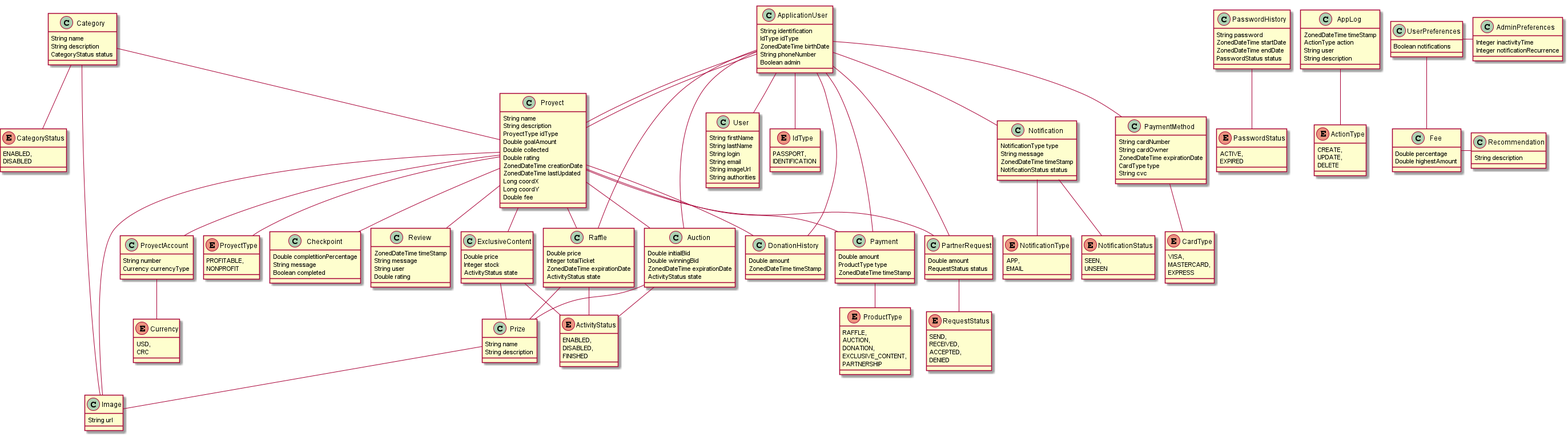
Above: create-ent.png in LogicalGrowth/Master (PlantUML), before the change. The source it was exported from:
```plantuml
@startuml
	!pragma graphviz_dot jdot
	!pragma syntax class
	enum IdType {
		PASSPORT,
		IDENTIFICATION
	}
	enum ActivityStatus {
		ENABLED,
		DISABLED,
		FINISHED
	}
	enum CardType {
		VISA,
		MASTERCARD,
		EXPRESS
	}
	enum CategoryStatus {
		ENABLED,
		DISABLED
	}
	enum PasswordStatus {
		ACTIVE,
		EXPIRED
	}
	enum Currency {
		USD,
		CRC
	}
	enum ProyectType {
		PROFITABLE,
		NONPROFIT
	}
	enum NotificationType {
		APP,
		EMAIL
	}
	enum NotificationStatus {
		SEEN,
		UNSEEN
	}
	enum RequestStatus {
		SEND,
		RECEIVED,
		ACCEPTED,
		DENIED
	}
	enum ProductType {
		RAFFLE,
		AUCTION,
		DONATION,
		EXCLUSIVE_CONTENT,
		PARTNERSHIP
	}
	enum ActionType {
		CREATE,
		UPDATE,
		DELETE
	}
	class Image  {
		String url
	}
	class ApplicationUser  {
		String identification
		IdType idType
		ZonedDateTime birthDate
		String phoneNumber
		Boolean admin
	}
	ApplicationUser ..> IdType
	class PaymentMethod  {
		String cardNumber
		String cardOwner
		ZonedDateTime expirationDate
		CardType type
		String cvc
	}
	PaymentMethod ..> CardType
	class Proyect  {
		String name
		String description
		ProyectType idType
		Double goalAmount
		Double collected
		Double rating
		ZonedDateTime creationDate
		ZonedDateTime lastUpdated
		Long coordX
		Long coordY
		Double fee
	}
	Proyect ..> ProyectType
	class ProyectAccount  {
		String number
		Currency currencyType
	}
	ProyectAccount ..> Currency
	class Category  {
		String name
		String description
		CategoryStatus status
	}
	Category ..> CategoryStatus
	class Checkpoint  {
		Double completitionPercentage
		String message
		Boolean completed
	}
	class Review  {
		ZonedDateTime timeStamp
		String message
		String user
		Double rating
	}
	class DonationHistory  {
		Double amount
		ZonedDateTime timeStamp
	}
	class Auction  {
		Double initialBid
		Double winningBid
		ZonedDateTime expirationDate
		ActivityStatus state
	}
	Auction ..> ActivityStatus
	class Raffle  {
		Double price
		Integer totalTicket
		ZonedDateTime expirationDate
		ActivityStatus state
	}
	Raffle ..> ActivityStatus
	class ExclusiveContent  {
		Double price
		Integer stock
		ActivityStatus state
	}
	ExclusiveContent ..> ActivityStatus
	class Prize  {
		String name
		String description
	}
	class PartnerRequest  {
		Double amount
		RequestStatus status
	}
	PartnerRequest ..> RequestStatus
	class Notification  {
		NotificationType type
		String message
		ZonedDateTime timeStamp
		NotificationStatus status
	}
	Notification ..> NotificationType
	Notification ..> NotificationStatus
	class Payment  {
		Double amount
		ProductType type
		ZonedDateTime timeStamp
	}
	Payment ..> ProductType
	class UserPreferences  {
		Boolean notifications
	}
	class AdminPreferences  {
		Integer inactivityTime
		Integer notificationRecurrence
	}
	class Fee  {
		Double percentage
		Double highestAmount
	}
	class AppLog  {
		ZonedDateTime timeStamp
		ActionType action
		String user
		String description
	}
	AppLog ..> ActionType
	class Recommendation  {
		String description
	}
	class PasswordHistory  {
		String password
		ZonedDateTime startDate
		ZonedDateTime endDate
		PasswordStatus status
	}
	PasswordHistory ..> PasswordStatus
	ApplicationUser  "internalUser 0..1 " -- "0..1 "  User
	ApplicationUser  "paymentMethod 0..1 " --o "owner 0..* "  PaymentMethod
	ApplicationUser  "proyect 0..1 " --o "owner 0..* "  Proyect
	ApplicationUser  "donation 0..1 " --o "0..* "  DonationHistory
	ApplicationUser  "notification 0..1 " --o "0..* "  Notification
	ApplicationUser  "payment 0..1 " --o "0..* "  Payment
	ApplicationUser  "favorite 0..1 " --o "0..* "  Proyect
	Proyect  "image 0..1 " --o "0..* "  Image
	Proyect  "donation 0..1 " --o "0..* "  DonationHistory
	Proyect  "checkpoint 0..1 " --o "0..* "  Checkpoint
	Proyect  "review 0..1 " --o "0..* "  Review
	Proyect  "partner 0..1 " --o "0..* "  PartnerRequest
	Proyect  "raffle 0..1 " --o "0..* "  Raffle
	Proyect  "auction 0..1 " --o "0..* "  Auction
	Proyect  "exclusiveContent 0..1 " --o "0..* "  ExclusiveContent
	Proyect  "payment 0..1 " --o "0..* "  Payment
	Proyect  "account 0..1 " -- "0..1 "  ProyectAccount
	Category  "proyect 0..1 " --o "0..* "  Proyect
	Category  "image 0..1 " -- "0..1 "  Image
	Prize  "image 0..1 " --o "0..* "  Image
	Auction  "prize 0..1 " -- "0..1 "  Prize
	Auction  "winner 0..1 " -- "0..1 "  ApplicationUser
	Raffle  "prize 0..1 " -- "0..1 "  Prize
	Raffle  "buyer 0..* " o-- "0..1 "  ApplicationUser
	ExclusiveContent  "prize 0..1 " -- "0..1 "  Prize
	PartnerRequest  "applicant 0..1 " -- "0..1 "  ApplicationUser
	class User  {
		String firstName
		String lastName
		String login
		String email
		String imageUrl
		String authorities
	}
@enduml
```
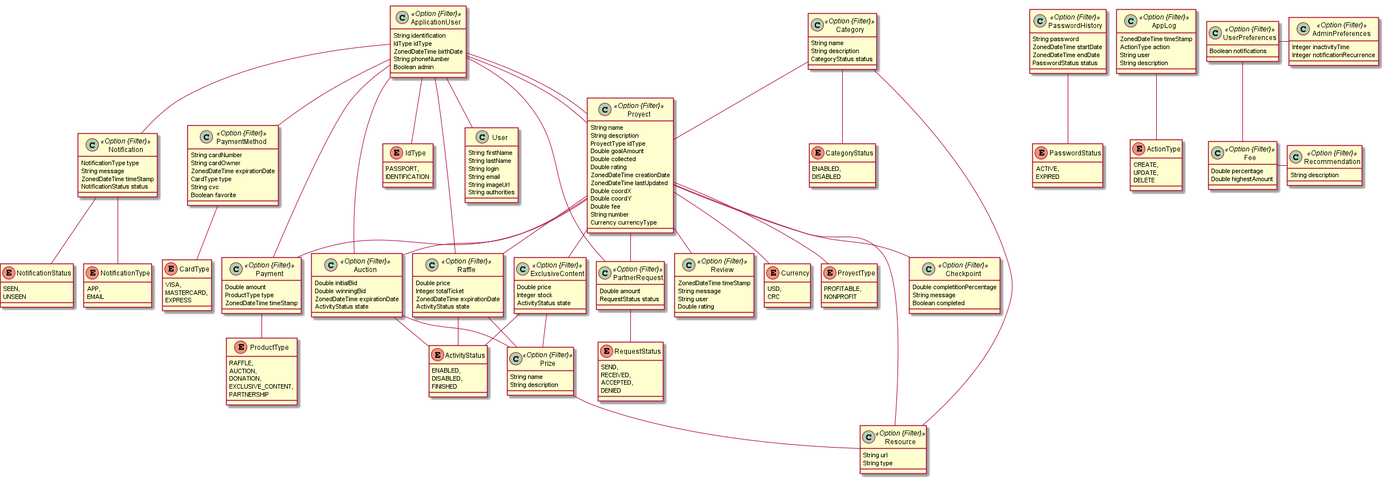
The same diagram one commit later.

Diff of the diagram source:
```diff
@@ -57,10 +57,11 @@
 		UPDATE,
 		DELETE
 	}
-	class Image  {
+	class Resource <<Option {Filter}>> {
 		String url
+		String type
 	}
-	class ApplicationUser  {
+	class ApplicationUser <<Option {Filter}>> {
 		String identification
 		IdType idType
 		ZonedDateTime birthDate
@@ -68,15 +69,16 @@
 		Boolean admin
 	}
 	ApplicationUser ..> IdType
-	class PaymentMethod  {
+	class PaymentMethod <<Option {Filter}>> {
 		String cardNumber
 		String cardOwner
 		ZonedDateTime expirationDate
 		CardType type
 		String cvc
+		Boolean favorite
 	}
 	PaymentMethod ..> CardType
-	class Proyect  {
+	class Proyect <<Option {Filter}>> {
 		String name
 		String description
 		ProyectType idType
@@ -85,67 +87,61 @@
 		Double rating
 		ZonedDateTime creationDate
 		ZonedDateTime lastUpdated
-		Long coordX
-		Long coordY
+		Double coordX
+		Double coordY
 		Double fee
-	}
-	Proyect ..> ProyectType
-	class ProyectAccount  {
 		String number
 		Currency currencyType
 	}
-	ProyectAccount ..> Currency
-	class Category  {
+	Proyect ..> ProyectType
+	Proyect ..> Currency
+	class Category <<Option {Filter}>> {
 		String name
 		String description
 		CategoryStatus status
 	}
 	Category ..> CategoryStatus
-	class Checkpoint  {
+	class Checkpoint <<Option {Filter}>> {
 		Double completitionPercentage
 		String message
 		Boolean completed
 	}
-	class Review  {
+	class Review <<Option {Filter}>> {
 		ZonedDateTime timeStamp
 		String message
 		String user
 		Double rating
 	}
-	class DonationHistory  {
-		Double amount
-		ZonedDateTime timeStamp
-	}
-	class Auction  {
+	class Auction <<Option {Filter}>> {
 		Double initialBid
 		Double winningBid
 		ZonedDateTime expirationDate
 		ActivityStatus state
 	}
 	Auction ..> ActivityStatus
-	class Raffle  {
+	class Raffle <<Option {Filter}>> {
 		Double price
 		Integer totalTicket
 		ZonedDateTime expirationDate
 		ActivityStatus state
 	}
 	Raffle ..> ActivityStatus
-	class ExclusiveContent  {
+	class ExclusiveContent <<Option {Filter}>> {
 		Double price
 		Integer stock
 		ActivityStatus state
 	}
 	ExclusiveContent ..> ActivityStatus
-	class Prize  {
+	class Prize <<Option {Filter}>> {
 		String name
 		String description
 	}
-	class PartnerRequest  {
+	class PartnerRequest <<Option {Filter}>> {
 		Double amount
 		RequestStatus status
 	}
 	PartnerRequest ..> RequestStatus
-	class Notification  {
+	class Notification <<Option {Filter}>> {
 		NotificationType type
 		String message
 		ZonedDateTime timeStamp
@@ -153,34 +149,34 @@
 	}
 	Notification ..> NotificationType
 	Notification ..> NotificationStatus
-	class Payment  {
+	class Payment <<Option {Filter}>> {
 		Double amount
 		ProductType type
 		ZonedDateTime timeStamp
 	}
 	Payment ..> ProductType
-	class UserPreferences  {
+	class UserPreferences <<Option {Filter}>> {
 		Boolean notifications
 	}
-	class AdminPreferences  {
+	class AdminPreferences <<Option {Filter}>> {
 		Integer inactivityTime
 		Integer notificationRecurrence
 	}
-	class Fee  {
+	class Fee <<Option {Filter}>> {
 		Double percentage
 		Double highestAmount
 	}
-	class AppLog  {
+	class AppLog <<Option {Filter}>> {
 		ZonedDateTime timeStamp
 		ActionType action
 		String user
 		String description
 	}
 	AppLog ..> ActionType
-	class Recommendation  {
+	class Recommendation <<Option {Filter}>> {
 		String description
 	}
-	class PasswordHistory  {
+	class PasswordHistory <<Option {Filter}>> {
 		String password
 		ZonedDateTime startDate
 		ZonedDateTime endDate
@@ -190,12 +186,10 @@
 	ApplicationUser  "internalUser 0..1 " -- "0..1 "  User
 	ApplicationUser  "paymentMethod 0..1 " --o "owner 0..* "  PaymentMethod
 	ApplicationUser  "proyect 0..1 " --o "owner 0..* "  Proyect
-	ApplicationUser  "donation 0..1 " --o "0..* "  DonationHistory
 	ApplicationUser  "notification 0..1 " --o "0..* "  Notification
 	ApplicationUser  "payment 0..1 " --o "0..* "  Payment
 	ApplicationUser  "favorite 0..1 " --o "0..* "  Proyect
-	Proyect  "image 0..1 " --o "0..* "  Image
-	Proyect  "donation 0..1 " --o "0..* "  DonationHistory
+	Proyect  "image 0..1 " --o "0..* "  Resource
 	Proyect  "checkpoint 0..1 " --o "0..* "  Checkpoint
 	Proyect  "review 0..1 " --o "0..* "  Review
 	Proyect  "partner 0..1 " --o "0..* "  PartnerRequest
@@ -203,10 +197,9 @@
 	Proyect  "auction 0..1 " --o "0..* "  Auction
 	Proyect  "exclusiveContent 0..1 " --o "0..* "  ExclusiveContent
 	Proyect  "payment 0..1 " --o "0..* "  Payment
-	Proyect  "account 0..1 " -- "0..1 "  ProyectAccount
 	Category  "proyect 0..1 " --o "0..* "  Proyect
-	Category  "image 0..1 " -- "0..1 "  Image
-	Prize  "image 0..1 " --o "0..* "  Image
+	Category  "image 0..1 " -- "0..1 "  Resource
+	Prize  "image 0..1 " --o "0..* "  Resource
 	Auction  "prize 0..1 " -- "0..1 "  Prize
 	Auction  "winner 0..1 " -- "0..1 "  ApplicationUser
 	Raffle  "prize 0..1 " -- "0..1 "  Prize
```
